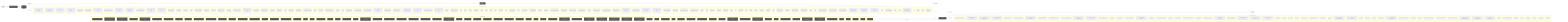
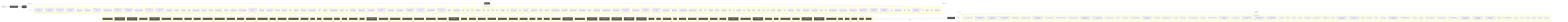
flowchart LR
  UserQ(["👤 User Query"])
  Embed["📐 Embedding Model"]
  VecDB[("📚 Vector Store")]
  Retriever["🔍 Retriever"]
  LLMNode["🧠 LLM / Generator"]
  Output(["✅ Response"])
  UserQ -->|query| Embed
  Embed -->|vector| VecDB
  VecDB -->|top-k chunks| Retriever
  Retriever -->|context + query| LLMNode
  LLMNode -->|generated answer| Output
  subgraph DetectedMemory["Detected memory stores"]
    det_detectedmemory_check_steering_feedback_contract_80134459[("check-steering-feedback-contract")]
    det_detectedmemory_prompt_context_drift_validate_runner_c8ecc6f5[("prompt-context-drift-validate-runner")]
    det_detectedmemory_prompt_context_drift_write_runner_69e6a4fd[("prompt-context-drift-write-runner")]
    det_detectedmemory_normalize_workflow_contracts_8701f1c8[("normalize-workflow-contracts")]
    det_detectedmemory_run_harness_evals_77704768[("run-harness-evals")]
    det_detectedmemory_sync_codex_preflight_7e7a8dc2[("sync-codex-preflight")]
    det_detectedmemory_test_harness_upgrade_matrix_84113c4e[("test-harness-upgrade-matrix")]
    det_detectedmemory_validate_prompt_context_drift_8c949ef6[("validate-prompt-context-drift")]
    det_detectedmemory_validate_runtime_packet_schemas_bc3ba8ec[("validate-runtime-packet-schemas")]
    det_detectedmemory_validate_system_prompt_gap_adoption_62d8c955[("validate-system-prompt-gap-adoption")]
    det_detectedmemory_validate_workflow_contracts_33dc063c[("validate-workflow-contracts")]
    det_detectedmemory_write_agent_native_ratchet_report_67cdbeea[("write-agent-native-ratchet-report")]
    det_detectedmemory_write_prompt_context_drift_report_71a4e149[("write-prompt-context-drift-report")]
    det_detectedmemory_branch_protect_core_a8feb0fd[("branch-protect-core")]
    det_detectedmemory_ci_migrate_core_7005b5af[("ci-migrate-core")]
    det_detectedmemory_context_health_80bb7da9[("context-health")]
    det_detectedmemory_context_ea7792a2[("context")]
    det_detectedmemory_docs_gate_classification_2f51c90b[("docs-gate-classification")]
    det_detectedmemory_docs_gate_types_d285abb6[("docs-gate-types")]
    det_detectedmemory_index_context_de3ed39d[("index-context")]
    det_detectedmemory_local_memory_preflight_dcc36c42[("local-memory-preflight")]
    det_detectedmemory_memory_gate_a577a506[("memory-gate")]
+     det_detectedmemory_next_orientation_meta_3a6af72b[("next-orientation-meta")]
    det_detectedmemory_next_prompt_context_drift_3c5a93d5[("next-prompt-context-drift")]
    det_detectedmemory_next_recommendation_decisions_03315dd4[("next-recommendation-decisions")]
    det_detectedmemory_next_runner_state_be6fe997[("next-runner-state")]
    det_detectedmemory_pattern_scope_siblings_43abe000[("pattern-scope-siblings")]
    det_detectedmemory_review_context_ca6cf81d[("review-context")]
    det_detectedmemory_review_gate_core_4c8001f9[("review-gate-core")]
    det_detectedmemory_search_24193290[("search")]
    det_detectedmemory_session_context_e5ec72c0[("session-context")]
    det_detectedmemory_tooling_audit_core_328d6a41[("tooling-audit-core")]
    det_detectedmemory_run_local_memory_preflight_36e92808[("run-local-memory-preflight")]
    det_detectedmemory_checker_d2d2328e[("checker")]
    det_detectedmemory_context_health_1_ceb11829[("context-health")]
    det_detectedmemory_prompt_context_drift_surface_c1e30b42[("prompt-context-drift-surface")]
    det_detectedmemory_test_fixtures_c2f936b0[("test-fixtures")]
    det_detectedmemory_types_2_d9bc6e7a[("types")]
    det_detectedmemory_branch_protect_sync_570adb18[("branch-protect-sync")]
    det_detectedmemory_builtin_command_specs_ac7d392e[("builtin-command-specs")]
    det_detectedmemory_command_capability_rules_ca3f496a[("command-capability-rules")]
    det_detectedmemory_command_expected_artifacts_6469c2fb[("command-expected-artifacts")]
    det_detectedmemory_command_specs_core_1c0ffc99[("command-specs-core")]
    det_detectedmemory_command_visibility_rules_83c6a86a[("command-visibility-rules")]
    det_detectedmemory_local_memory_preflight_command_spec_9e23f3ce[("local-memory-preflight-command-spec")]
    det_detectedmemory_memory_gate_command_spec_dc9001a9[("memory-gate-command-spec")]
    det_detectedmemory_review_gate_command_spec_3187376a[("review-gate-command-spec")]
    det_detectedmemory_session_context_command_spec_973afbb1[("session-context-command-spec")]
    det_detectedmemory_constants_7517017f[("constants")]
    det_detectedmemory_context_compact_policy_3dcaf95d[("context-compact-policy")]
    det_detectedmemory_index_3_7e40d474[("index")]
    det_detectedmemory_indexer_70fa78e5[("indexer")]
    det_detectedmemory_init_error_5c7dd49f[("init-error")]
    det_detectedmemory_lexical_fallback_723e2b3e[("lexical-fallback")]
    det_detectedmemory_ollama_76e3c7bf[("ollama")]
    det_detectedmemory_rollout_a4fa034c[("rollout")]
    det_detectedmemory_sources_878a52fc[("sources")]
    det_detectedmemory_store_824d80d7[("store")]
    det_detectedmemory_sync_contract_c79fa191[("sync-contract")]
    det_detectedmemory_types_8_f6283648[("types")]
    det_detectedmemory_harness_run_context_ac7c77a9[("harness-run-context")]
    det_detectedmemory_index_4_013aa0e3[("index")]
    det_detectedmemory_json_schema_core_96d7e328[("json-schema-core")]
    det_detectedmemory_policy_validators_core_714a3fe7[("policy-validators-core")]
    det_detectedmemory_types_core_e405ddca[("types-core")]
    det_detectedmemory_validator_core_4358f8ba[("validator-core")]
    det_detectedmemory_archive_candidates_scanner_d0931789[("archive-candidates-scanner")]
    det_detectedmemory_archive_candidates_dc0e40e1[("archive-candidates")]
    det_detectedmemory_docs_task_eval_contract_79347457[("docs-task-eval-contract")]
    det_detectedmemory_docs_task_eval_fixtures_44902755[("docs-task-eval-fixtures")]
    det_detectedmemory_init_modes_c05ceb07[("init-modes")]
    det_detectedmemory_project_brain_templates_7ef51530[("project-brain-templates")]
    det_detectedmemory_scaffold_diagram_templates_dd88e83c[("scaffold-diagram-templates")]
    det_detectedmemory_scaffold_doc_templates_f6152330[("scaffold-doc-templates")]
    det_detectedmemory_scaffold_environment_templates_c1ceba6a[("scaffold-environment-templates")]
    det_detectedmemory_scaffold_hook_templates_8c74ab50[("scaffold-hook-templates")]
    det_detectedmemory_scaffold_root_command_templates_404fed7f[("scaffold-root-command-templates")]
    det_detectedmemory_scaffold_script_template_registry_69312d4e[("scaffold-script-template-registry")]
    det_detectedmemory_scaffold_shell_templates_0ad0f915[("scaffold-shell-templates")]
    det_detectedmemory_scaffold_surfaces_12d6494e[("scaffold-surfaces")]
    det_detectedmemory_scaffold_template_registry_b1cce2aa[("scaffold-template-registry")]
    det_detectedmemory_scaffold_workflow_template_92310587[("scaffold-workflow-template")]
    det_detectedmemory_eval_seed_5699fd3e[("eval-seed")]
    det_detectedmemory_index_10_f6785a46[("index")]
    det_detectedmemory_review_context_1_e3afed15[("review-context")]
    det_detectedmemory_memory_gate_1_265164ac[("memory-gate")]
    det_detectedmemory_branch_enforcer_acb749cd[("branch-enforcer")]
    det_detectedmemory_cli_args_5_09ea29f0[("cli-args")]
    det_detectedmemory_cli_7_dc4a9f7f[("cli")]
    det_detectedmemory_metrics_tracker_98cec29c[("metrics-tracker")]
    det_detectedmemory_types_20_071a0112[("types")]
    det_detectedmemory_validator_5_b19ac2be[("validator")]
    det_detectedmemory_classifier_fe1991a9[("classifier")]
+     det_detectedmemory_collector_0736fd5b[("collector")]
+     det_detectedmemory_context_1_2c2d8aa6[("context")]
+     det_detectedmemory_types_22_f3cf4a73[("types")]
    det_detectedmemory_tooling_paths_560ac80d[("tooling-paths")]
    det_detectedmemory_claim_helpers_20dc8387[("claim-helpers")]
-     det_detectedmemory_types_25_89d086aa[("types")]
+     det_detectedmemory_types_26_a5814179[("types")]
    det_detectedmemory_local_memory_smoke_1175abfc[("local-memory-smoke")]
    det_detectedmemory_local_memory_0db17ecc[("local-memory")]
    det_detectedmemory_performance_overload_c685bfcf[("performance-overload")]
    det_detectedmemory_suggestion_generator_0956f794[("suggestion-generator")]
    det_detectedmemory_git_head_7346fd6a[("git-head")]
    det_detectedmemory_index_12_762ec91b[("index")]
    det_detectedmemory_prompt_context_drift_builder_a451c7dd[("prompt-context-drift-builder")]
    det_detectedmemory_prompt_context_drift_report_3257a95c[("prompt-context-drift-report")]
    det_detectedmemory_prompt_context_drift_types_ba6863d4[("prompt-context-drift-types")]
    det_detectedmemory_prompt_context_drift_validation_evidence_21f0336f[("prompt-context-drift-validation-evidence")]
    det_detectedmemory_prompt_context_drift_validation_utils_2285f4ac[("prompt-context-drift-validation-utils")]
    det_detectedmemory_prompt_context_drift_validation_8fc01719[("prompt-context-drift-validation")]
    det_detectedmemory_index_13_97df39c8[("index")]
    det_detectedmemory_prompt_context_receipt_17b862b2[("prompt-context-receipt")]
-     det_detectedmemory_types_32_bfe791ff[("types")]
+     det_detectedmemory_types_33_16e22a82[("types")]
    det_detectedmemory_policy_1_fc4198db[("policy")]
    det_detectedmemory_runtime_card_codex_runtime_validation_d8ce9934[("runtime-card-codex-runtime-validation")]
-     det_detectedmemory_cli_12_01c06c37[("cli")]
-     det_detectedmemory_collector_0736fd5b[("collector")]
-     det_detectedmemory_types_35_93e66c64[("types")]
+     det_detectedmemory_cli_13_ae2ba749[("cli")]
+     det_detectedmemory_collector_1_bc604d2a[("collector")]
+     det_detectedmemory_types_36_674380ec[("types")]
    det_detectedmemory_overload_guard_2748c559[("overload-guard")]
  end
  VecDB -. "implemented by" .-> DetectedMemory
  subgraph DetectedLLM["Detected LLM clients"]
    det_detectedllm_check_codex_agent_roles_5bb2e89b["check-codex-agent-roles"]
    det_detectedllm_check_steering_feedback_contract_80134459["check-steering-feedback-contract"]
    det_detectedllm_prompt_context_drift_validate_runner_c8ecc6f5["prompt-context-drift-validate-runner"]
    det_detectedllm_prompt_context_drift_write_runner_69e6a4fd["prompt-context-drift-write-runner"]
    det_detectedllm_run_harness_evals_77704768["run-harness-evals"]
    det_detectedllm_validate_decision_request_2e5c325e["validate-decision-request"]
    det_detectedllm_validate_goal_completion_audit_receipt_100d252c["validate-goal-completion-audit-receipt"]
    det_detectedllm_validate_packaged_skill_5e32c890["validate-packaged-skill"]
    det_detectedllm_validate_prompt_context_drift_8c949ef6["validate-prompt-context-drift"]
    det_detectedllm_validate_reviewer_coverage_251efee3["validate-reviewer-coverage"]
    det_detectedllm_validate_system_prompt_gap_adoption_62d8c955["validate-system-prompt-gap-adoption"]
    det_detectedllm_write_prompt_context_drift_report_71a4e149["write-prompt-context-drift-report"]
    det_detectedllm_check_environment_core_2c16213f["check-environment-core"]
    det_detectedllm_context_ea7792a2["context"]
    det_detectedllm_index_context_de3ed39d["index-context"]
    det_detectedllm_next_prompt_context_drift_3c5a93d5["next-prompt-context-drift"]
    det_detectedllm_next_recommendation_decisions_03315dd4["next-recommendation-decisions"]
    det_detectedllm_prompt_gate_c5e9d207["prompt-gate"]
    det_detectedllm_remediate_runner_helpers_929fedcc["remediate-runner-helpers"]
    det_detectedllm_search_24193290["search"]
    det_detectedllm_context_health_1_ceb11829["context-health"]
    det_detectedllm_prompt_context_drift_surface_c1e30b42["prompt-context-drift-surface"]
    det_detectedllm_test_fixtures_c2f936b0["test-fixtures"]
    det_detectedllm_builtin_command_specs_ac7d392e["builtin-command-specs"]
    det_detectedllm_command_expected_artifacts_6469c2fb["command-expected-artifacts"]
    det_detectedllm_command_specs_core_1c0ffc99["command-specs-core"]
    det_detectedllm_pilot_evaluate_command_spec_1084ea72["pilot-evaluate-command-spec"]
    det_detectedllm_pilot_rollback_command_spec_4fe69f7d["pilot-rollback-command-spec"]
    det_detectedllm_prompt_gate_command_spec_9a941482["prompt-gate-command-spec"]
    det_detectedllm_constants_7517017f["constants"]
    det_detectedllm_index_3_7e40d474["index"]
    det_detectedllm_indexer_70fa78e5["indexer"]
    det_detectedllm_ollama_76e3c7bf["ollama"]
    det_detectedllm_sync_contract_c79fa191["sync-contract"]
    det_detectedllm_north_star_validators_cfc926ce["north-star-validators"]
    det_detectedllm_hilt_boundary_9b36fb15["hilt-boundary"]
    det_detectedllm_types_10_75e5a4a0["types"]
    det_detectedllm_goal_completion_audit_receipt_validation_9d0f4891["goal-completion-audit-receipt-validation"]
    det_detectedllm_goal_completion_audit_receipt_5e4939c3["goal-completion-audit-receipt"]
    det_detectedllm_index_5_522f772a["index"]
    det_detectedllm_constants_1_a84e15f0["constants"]
    det_detectedllm_types_18_37582e2a["types"]
    det_detectedllm_sensitive_text_7c11f760["sensitive-text"]
    det_detectedllm_pr_template_linked_issue_relationship_a7b61f2c["pr-template-linked-issue-relationship"]
    det_detectedllm_pr_template_validator_rules_20a32d6b["pr-template-validator-rules"]
    det_detectedllm_git_head_7346fd6a["git-head"]
    det_detectedllm_index_12_762ec91b["index"]
    det_detectedllm_prompt_context_drift_builder_a451c7dd["prompt-context-drift-builder"]
    det_detectedllm_prompt_context_drift_report_3257a95c["prompt-context-drift-report"]
    det_detectedllm_prompt_context_drift_types_ba6863d4["prompt-context-drift-types"]
    det_detectedllm_prompt_context_drift_validation_evidence_21f0336f["prompt-context-drift-validation-evidence"]
    det_detectedllm_prompt_context_drift_validation_utils_2285f4ac["prompt-context-drift-validation-utils"]
    det_detectedllm_prompt_context_drift_validation_8fc01719["prompt-context-drift-validation"]
    det_detectedllm_index_13_97df39c8["index"]
    det_detectedllm_prompt_context_receipt_17b862b2["prompt-context-receipt"]
    det_detectedllm_cli_args_9_9c136878["cli-args"]
-     det_detectedllm_cli_11_338a8415["cli"]
+     det_detectedllm_cli_12_01c06c37["cli"]
    det_detectedllm_sections_4697ef32["sections"]
-     det_detectedllm_types_28_4476fcc6["types"]
+     det_detectedllm_types_29_929d5a70["types"]
    det_detectedllm_validator_7_f836eb0e["validator"]
    det_detectedllm_cli_args_10_861cdd3f["cli-args"]
  end
  LLMNode -. "implemented by" .-> DetectedLLM
  subgraph DetectedTools["Agentic tool calls"]
    det_detectedtools_check_codex_agent_roles_5bb2e89b["🔧 check-codex-agent-roles"]
    det_detectedtools_check_steering_feedback_contract_80134459["🔧 check-steering-feedback-contract"]
    det_detectedtools_check_tooling_baseline_parity_3124b30a["🔧 check-tooling-baseline-parity"]
    det_detectedtools_run_harness_evals_77704768["🔧 run-harness-evals"]
    det_detectedtools_validate_action_review_receipt_fa2f06c3["🔧 validate-action-review-receipt"]
    det_detectedtools_validate_packaged_skill_5e32c890["🔧 validate-packaged-skill"]
    det_detectedtools_validate_replay_packet_f309747e["🔧 validate-replay-packet"]
    det_detectedtools_ci_migrate_core_7005b5af["🔧 ci-migrate-core"]
    det_detectedtools_doctor_checks_5a2eb2b9["🔧 doctor-checks"]
    det_detectedtools_doctor_github_tool_check_e0a938df["🔧 doctor-github-tool-check"]
    det_detectedtools_doctor_github_tool_checks_a53b0382["🔧 doctor-github-tool-checks"]
    det_detectedtools_doctor_tool_checks_4acac51a["🔧 doctor-tool-checks"]
    det_detectedtools_fleet_plan_repo_ecdc6499["🔧 fleet-plan-repo"]
    det_detectedtools_next_blocked_decisions_4140ad2b["🔧 next-blocked-decisions"]
    det_detectedtools_next_pr_closeout_contract_af31d30a["🔧 next-pr-closeout-contract"]
    det_detectedtools_policy_gate_213f7313["🔧 policy-gate"]
    det_detectedtools_remediate_cli_output_cc165396["🔧 remediate-cli-output"]
    det_detectedtools_remediate_runner_helpers_929fedcc["🔧 remediate-runner-helpers"]
    det_detectedtools_review_gate_core_4c8001f9["🔧 review-gate-core"]
    det_detectedtools_index_1bc04b52["🔧 index"]
    det_detectedtools_types_1_4ecdf56e["🔧 types"]
    det_detectedtools_validation_constants_e002a0f6["🔧 validation-constants"]
    det_detectedtools_validation_98c41dcd["🔧 validation"]
    det_detectedtools_checker_d2d2328e["🔧 checker"]
    det_detectedtools_shared_state_policy_edc9c4db["🔧 shared-state-policy"]
    det_detectedtools_cli_args_1_6144b055["🔧 cli-args"]
    det_detectedtools_command_agent_native_capability_rules_b491ef6c["🔧 command-agent-native-capability-rules"]
    det_detectedtools_command_capabilities_a4d5c71e["🔧 command-capabilities"]
    det_detectedtools_command_capability_rules_ca3f496a["🔧 command-capability-rules"]
    det_detectedtools_command_visibility_rules_83c6a86a["🔧 command-visibility-rules"]
    det_detectedtools_linear_command_actions_e430f4f4["🔧 linear-command-actions"]
    det_detectedtools_linear_command_runner_4a740dfc["🔧 linear-command-runner"]
    det_detectedtools_policy_validators_core_714a3fe7["🔧 policy-validators-core"]
    det_detectedtools_shared_state_action_validator_e7b128cd["🔧 shared-state-action-validator"]
    det_detectedtools_types_core_e405ddca["🔧 types-core"]
    det_detectedtools_validator_core_4358f8ba["🔧 validator-core"]
    det_detectedtools_validator_helpers_7b927667["🔧 validator-helpers"]
    det_detectedtools_he_phase_exit_core_1148895b["🔧 he-phase-exit-core"]
    det_detectedtools_environment_runtime_3206f0a8["🔧 environment-runtime"]
    det_detectedtools_observed_skill_usage_ed7d5930["🔧 observed-skill-usage"]
    det_detectedtools_closure_evidence_aaa31467["🔧 closure-evidence"]
    det_detectedtools_pr_creator_dc6b1ea4["🔧 pr-creator"]
    det_detectedtools_client_948fe603["🔧 client"]
    det_detectedtools_init_output_360dce91["🔧 init-output"]
    det_detectedtools_scaffold_ci_templates_2afd6392["🔧 scaffold-ci-templates"]
    det_detectedtools_scaffold_codex_environment_templates_334fbbed["🔧 scaffold-codex-environment-templates"]
    det_detectedtools_scaffold_config_templates_4b80ce53["🔧 scaffold-config-templates"]
    det_detectedtools_scaffold_environment_templates_c1ceba6a["🔧 scaffold-environment-templates"]
    det_detectedtools_scaffold_github_actions_pr_pipeline_renderer_1ee18de5["🔧 scaffold-github-actions-pr-pipeline-renderer"]
    det_detectedtools_scaffold_github_actions_pr_pipeline_template_e2b85f62["🔧 scaffold-github-actions-pr-pipeline-template"]
    det_detectedtools_scaffold_package_command_template_80e32e83["🔧 scaffold-package-command-template"]
    det_detectedtools_scaffold_release_private_npm_template_075499f8["🔧 scaffold-release-private-npm-template"]
    det_detectedtools_constants_1_a84e15f0["🔧 constants"]
    det_detectedtools_index_9_32dd4d91["🔧 index"]
    det_detectedtools_validation_common_6161e48b["🔧 validation-common"]
    det_detectedtools_cli_7_dc4a9f7f["🔧 cli"]
    det_detectedtools_metrics_tracker_98cec29c["🔧 metrics-tracker"]
    det_detectedtools_normalise_renderer_85f2e563["🔧 normalise-renderer"]
    det_detectedtools_evaluation_engine_core_e054fe49["🔧 evaluation-engine-core"]
    det_detectedtools_tooling_baseline_50ab2eeb["🔧 tooling-baseline"]
    det_detectedtools_tooling_paths_560ac80d["🔧 tooling-paths"]
    det_detectedtools_prompt_context_drift_report_3257a95c["🔧 prompt-context-drift-report"]
    det_detectedtools_prompt_context_drift_types_ba6863d4["🔧 prompt-context-drift-types"]
    det_detectedtools_prompt_context_drift_validation_utils_2285f4ac["🔧 prompt-context-drift-validation-utils"]
    det_detectedtools_replay_packet_a1293f88["🔧 replay-packet"]
    det_detectedtools_index_14_d982116c["🔧 index"]
    det_detectedtools_review_lifecycle_contract_e5447221["🔧 review-lifecycle-contract"]
    det_detectedtools_review_lifecycle_89afa64c["🔧 review-lifecycle"]
    det_detectedtools_runtime_card_codex_runtime_validation_d8ce9934["🔧 runtime-card-codex-runtime-validation"]
    det_detectedtools_runtime_card_codex_runtime_0655e230["🔧 runtime-card-codex-runtime"]
    det_detectedtools_runtime_evidence_bundle_d471a232["🔧 runtime-evidence-bundle"]
-     det_detectedtools_types_37_32ccf9f9["🔧 types"]
+     det_detectedtools_types_38_e8efcd57["🔧 types"]
    det_detectedtools_index_17_642943a2["🔧 index"]
    det_detectedtools_projection_1b250ea1["🔧 projection"]
-     det_detectedtools_types_39_d07de160["🔧 types"]
+     det_detectedtools_types_40_c7e41f89["🔧 types"]
    det_detectedtools_validation_8_b9fa10af["🔧 validation"]
  end
  LLMNode -->|tool use| DetectedTools
  DetectedTools -->|result| LLMNode
  classDef memNode fill:#555,color:#fff
  class VecDB,Retriever memNode
  classDef llmNode fill:#555,color:#fff
  class LLMNode,Embed llmNode
  classDef toolNode fill:#555,color:#fff
-   class det_detectedtools_check_codex_agent_roles_5bb2e89b,det_detectedtools_check_steering_feedback_contract_80134459,det_detectedtools_check_tooling_baseline_parity_3124b30a,det_detectedtools_run_harness_evals_77704768,det_detectedtools_validate_action_review_receipt_fa2f06c3,det_detectedtools_validate_packaged_skill_5e32c890,det_detectedtools_validate_replay_packet_f309747e,det_detectedtools_ci_migrate_core_7005b5af,det_detectedtools_doctor_checks_5a2eb2b9,det_detectedtools_doctor_github_tool_check_e0a938df,det_detectedtools_doctor_github_tool_checks_a53b0382,det_detectedtools_doctor_tool_checks_4acac51a,det_detectedtools_fleet_plan_repo_ecdc6499,det_detectedtools_next_blocked_decisions_4140ad2b,det_detectedtools_next_pr_closeout_contract_af31d30a,det_detectedtools_policy_gate_213f7313,det_detectedtools_remediate_cli_output_cc165396,det_detectedtools_remediate_runner_helpers_929fedcc,det_detectedtools_review_gate_core_4c8001f9,det_detectedtools_index_1bc04b52,det_detectedtools_types_1_4ecdf56e,det_detectedtools_validation_constants_e002a0f6,det_detectedtools_validation_98c41dcd,det_detectedtools_checker_d2d2328e,det_detectedtools_shared_state_policy_edc9c4db,det_detectedtools_cli_args_1_6144b055,det_detectedtools_command_agent_native_capability_rules_b491ef6c,det_detectedtools_command_capabilities_a4d5c71e,det_detectedtools_command_capability_rules_ca3f496a,det_detectedtools_command_visibility_rules_83c6a86a,det_detectedtools_linear_command_actions_e430f4f4,det_detectedtools_linear_command_runner_4a740dfc,det_detectedtools_policy_validators_core_714a3fe7,det_detectedtools_shared_state_action_validator_e7b128cd,det_detectedtools_types_core_e405ddca,det_detectedtools_validator_core_4358f8ba,det_detectedtools_validator_helpers_7b927667,det_detectedtools_he_phase_exit_core_1148895b,det_detectedtools_environment_runtime_3206f0a8,det_detectedtools_observed_skill_usage_ed7d5930,det_detectedtools_closure_evidence_aaa31467,det_detectedtools_pr_creator_dc6b1ea4,det_detectedtools_client_948fe603,det_detectedtools_init_output_360dce91,det_detectedtools_scaffold_ci_templates_2afd6392,det_detectedtools_scaffold_codex_environment_templates_334fbbed,det_detectedtools_scaffold_config_templates_4b80ce53,det_detectedtools_scaffold_environment_templates_c1ceba6a,det_detectedtools_scaffold_github_actions_pr_pipeline_renderer_1ee18de5,det_detectedtools_scaffold_github_actions_pr_pipeline_template_e2b85f62,det_detectedtools_scaffold_package_command_template_80e32e83,det_detectedtools_scaffold_release_private_npm_template_075499f8,det_detectedtools_constants_1_a84e15f0,det_detectedtools_index_9_32dd4d91,det_detectedtools_validation_common_6161e48b,det_detectedtools_cli_7_dc4a9f7f,det_detectedtools_metrics_tracker_98cec29c,det_detectedtools_normalise_renderer_85f2e563,det_detectedtools_evaluation_engine_core_e054fe49,det_detectedtools_tooling_baseline_50ab2eeb,det_detectedtools_tooling_paths_560ac80d,det_detectedtools_prompt_context_drift_report_3257a95c,det_detectedtools_prompt_context_drift_types_ba6863d4,det_detectedtools_prompt_context_drift_validation_utils_2285f4ac,det_detectedtools_replay_packet_a1293f88,det_detectedtools_index_14_d982116c,det_detectedtools_review_lifecycle_contract_e5447221,det_detectedtools_review_lifecycle_89afa64c,det_detectedtools_runtime_card_codex_runtime_validation_d8ce9934,det_detectedtools_runtime_card_codex_runtime_0655e230,det_detectedtools_runtime_evidence_bundle_d471a232,det_detectedtools_types_37_32ccf9f9,det_detectedtools_index_17_642943a2,det_detectedtools_projection_1b250ea1,det_detectedtools_types_39_d07de160,det_detectedtools_validation_8_b9fa10af toolNode
+   class det_detectedtools_check_codex_agent_roles_5bb2e89b,det_detectedtools_check_steering_feedback_contract_80134459,det_detectedtools_check_tooling_baseline_parity_3124b30a,det_detectedtools_run_harness_evals_77704768,det_detectedtools_validate_action_review_receipt_fa2f06c3,det_detectedtools_validate_packaged_skill_5e32c890,det_detectedtools_validate_replay_packet_f309747e,det_detectedtools_ci_migrate_core_7005b5af,det_detectedtools_doctor_checks_5a2eb2b9,det_detectedtools_doctor_github_tool_check_e0a938df,det_detectedtools_doctor_github_tool_checks_a53b0382,det_detectedtools_doctor_tool_checks_4acac51a,det_detectedtools_fleet_plan_repo_ecdc6499,det_detectedtools_next_blocked_decisions_4140ad2b,det_detectedtools_next_pr_closeout_contract_af31d30a,det_detectedtools_policy_gate_213f7313,det_detectedtools_remediate_cli_output_cc165396,det_detectedtools_remediate_runner_helpers_929fedcc,det_detectedtools_review_gate_core_4c8001f9,det_detectedtools_index_1bc04b52,det_detectedtools_types_1_4ecdf56e,det_detectedtools_validation_constants_e002a0f6,det_detectedtools_validation_98c41dcd,det_detectedtools_checker_d2d2328e,det_detectedtools_shared_state_policy_edc9c4db,det_detectedtools_cli_args_1_6144b055,det_detectedtools_command_agent_native_capability_rules_b491ef6c,det_detectedtools_command_capabilities_a4d5c71e,det_detectedtools_command_capability_rules_ca3f496a,det_detectedtools_command_visibility_rules_83c6a86a,det_detectedtools_linear_command_actions_e430f4f4,det_detectedtools_linear_command_runner_4a740dfc,det_detectedtools_policy_validators_core_714a3fe7,det_detectedtools_shared_state_action_validator_e7b128cd,det_detectedtools_types_core_e405ddca,det_detectedtools_validator_core_4358f8ba,det_detectedtools_validator_helpers_7b927667,det_detectedtools_he_phase_exit_core_1148895b,det_detectedtools_environment_runtime_3206f0a8,det_detectedtools_observed_skill_usage_ed7d5930,det_detectedtools_closure_evidence_aaa31467,det_detectedtools_pr_creator_dc6b1ea4,det_detectedtools_client_948fe603,det_detectedtools_init_output_360dce91,det_detectedtools_scaffold_ci_templates_2afd6392,det_detectedtools_scaffold_codex_environment_templates_334fbbed,det_detectedtools_scaffold_config_templates_4b80ce53,det_detectedtools_scaffold_environment_templates_c1ceba6a,det_detectedtools_scaffold_github_actions_pr_pipeline_renderer_1ee18de5,det_detectedtools_scaffold_github_actions_pr_pipeline_template_e2b85f62,det_detectedtools_scaffold_package_command_template_80e32e83,det_detectedtools_scaffold_release_private_npm_template_075499f8,det_detectedtools_constants_1_a84e15f0,det_detectedtools_index_9_32dd4d91,det_detectedtools_validation_common_6161e48b,det_detectedtools_cli_7_dc4a9f7f,det_detectedtools_metrics_tracker_98cec29c,det_detectedtools_normalise_renderer_85f2e563,det_detectedtools_evaluation_engine_core_e054fe49,det_detectedtools_tooling_baseline_50ab2eeb,det_detectedtools_tooling_paths_560ac80d,det_detectedtools_prompt_context_drift_report_3257a95c,det_detectedtools_prompt_context_drift_types_ba6863d4,det_detectedtools_prompt_context_drift_validation_utils_2285f4ac,det_detectedtools_replay_packet_a1293f88,det_detectedtools_index_14_d982116c,det_detectedtools_review_lifecycle_contract_e5447221,det_detectedtools_review_lifecycle_89afa64c,det_detectedtools_runtime_card_codex_runtime_validation_d8ce9934,det_detectedtools_runtime_card_codex_runtime_0655e230,det_detectedtools_runtime_evidence_bundle_d471a232,det_detectedtools_types_38_e8efcd57,det_detectedtools_index_17_642943a2,det_detectedtools_projection_1b250ea1,det_detectedtools_types_40_c7e41f89,det_detectedtools_validation_8_b9fa10af toolNode
